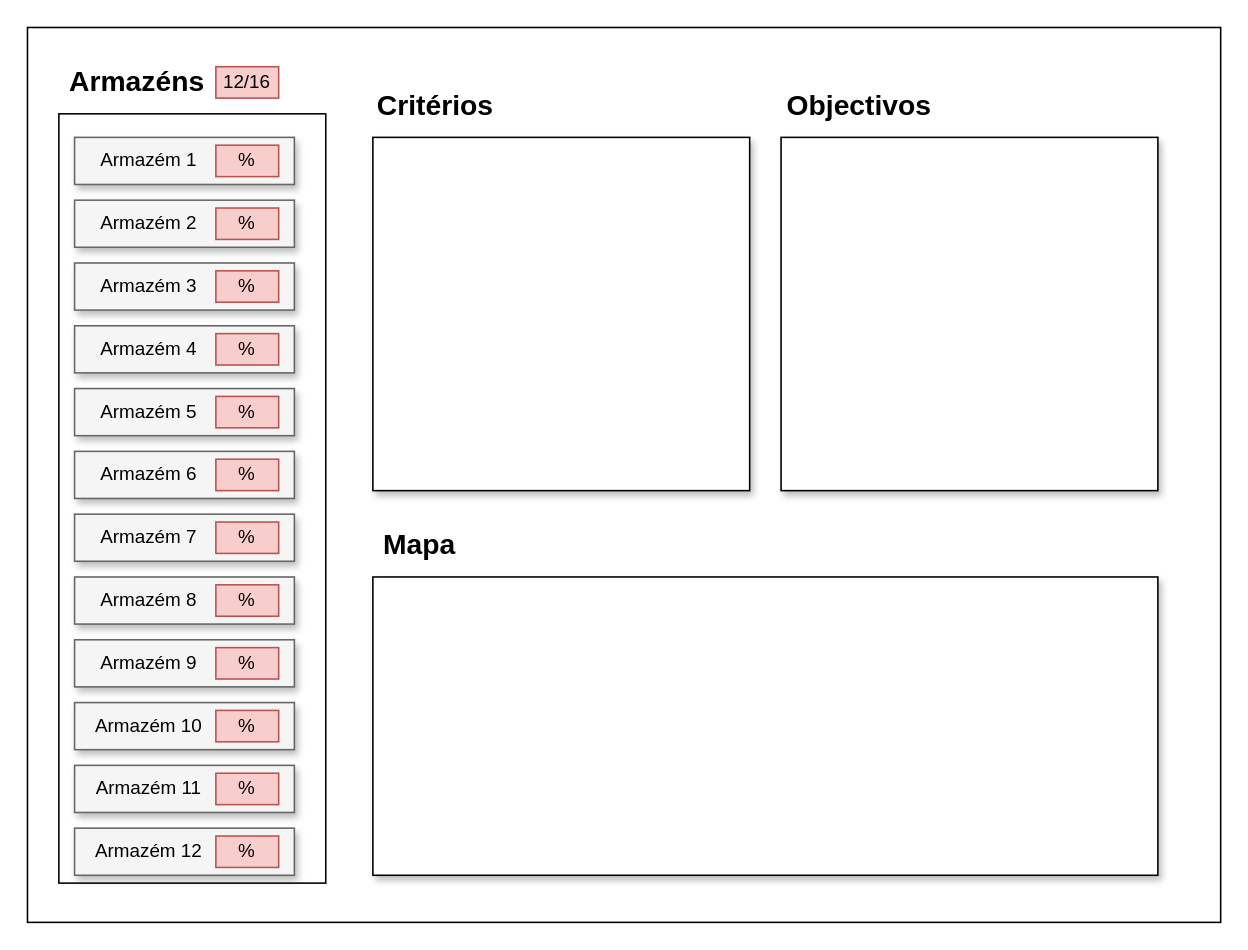
Before: page "Main screen" (1 of 3) of Untitled Diagram.drawio in ertykiko/SADE, a draw.io diagram. Source tidied: cells renumbered, new cells numbered last; positions are measured from the earlier drawing's top-left corner, leaving out a move shared by most shapes. Both pictures are drawn from the tidied source at 157%, with x=0, y=0 at pixel (27, 27).
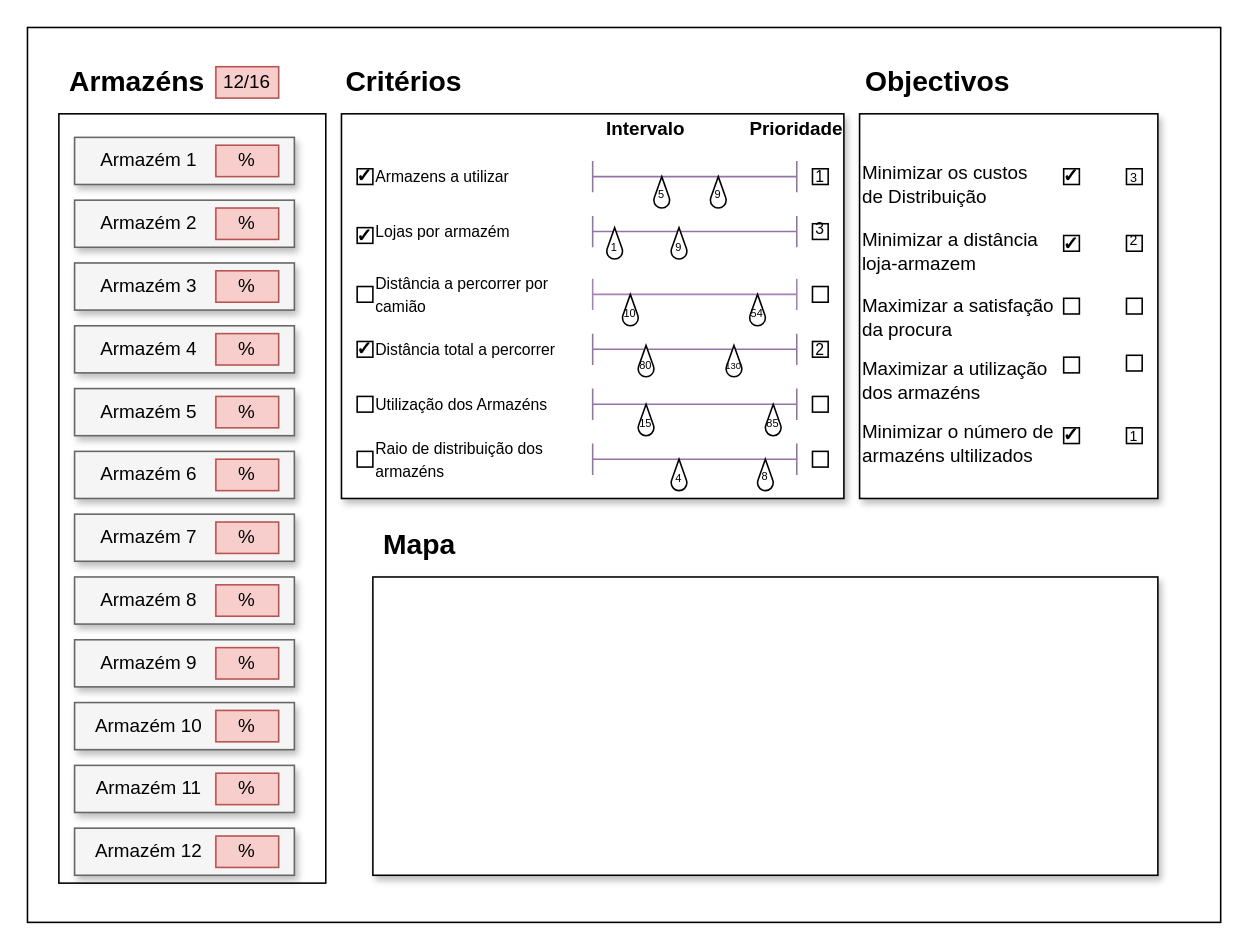
After the change.

Change to the diagram source:
```diff
@@
     <mxCell id="42" style="rounded=0;whiteSpace=wrap;html=1;shadow=1;" parent="1" vertex="1">
-      <mxGeometry x="220" y="70" width="240" height="225" as="geometry" />
+      <mxGeometry x="200" y="55" width="320" height="245" as="geometry" />
     </mxCell>
     <mxCell id="43" style="rounded=0;whiteSpace=wrap;html=1;shadow=1;" parent="1" vertex="1">
-      <mxGeometry x="480" y="70" width="240" height="225" as="geometry" />
+      <mxGeometry x="530" y="55" width="190" height="245" as="geometry" />
     </mxCell>
     <mxCell id="44" value="&lt;font style=&quot;font-size: 18px&quot;&gt;&lt;b&gt;Critérios&lt;/b&gt;&lt;/font&gt;" style="text;html=1;strokeColor=none;fillColor=none;align=center;verticalAlign=middle;whiteSpace=wrap;rounded=0;shadow=1;" parent="1" vertex="1">
-      <mxGeometry x="240" y="40" width="40" height="20" as="geometry" />
+      <mxGeometry x="220" y="25" width="40" height="20" as="geometry" />
     </mxCell>
     <mxCell id="45" value="&lt;b&gt;&lt;font style=&quot;font-size: 18px&quot;&gt;Objectivos&lt;/font&gt;&lt;/b&gt;" style="text;html=1;strokeColor=none;fillColor=none;align=center;verticalAlign=middle;whiteSpace=wrap;rounded=0;shadow=1;" parent="1" vertex="1">
-      <mxGeometry x="510" y="40" width="40" height="20" as="geometry" />
+      <mxGeometry x="560" y="25" width="40" height="20" as="geometry" />
     </mxCell>
@@
+    <mxCell id="48" value="&lt;b&gt;✓&lt;/b&gt;" style="rounded=0;whiteSpace=wrap;html=1;" parent="1" vertex="1">
+      <mxGeometry x="210" y="90" width="10" height="10" as="geometry" />
+    </mxCell>
+    <mxCell id="49" value="&lt;b&gt;✓&lt;/b&gt;" style="rounded=0;whiteSpace=wrap;html=1;" parent="1" vertex="1">
+      <mxGeometry x="210" y="127.5" width="10" height="10" as="geometry" />
+    </mxCell>
+    <mxCell id="50" style="rounded=0;whiteSpace=wrap;html=1;" parent="1" vertex="1">
+      <mxGeometry x="210" y="165" width="10" height="10" as="geometry" />
+    </mxCell>
+    <mxCell id="51" value="&lt;b&gt;✓&lt;/b&gt;" style="rounded=0;whiteSpace=wrap;html=1;" parent="1" vertex="1">
+      <mxGeometry x="210" y="200" width="10" height="10" as="geometry" />
+    </mxCell>
+    <mxCell id="52" style="rounded=0;whiteSpace=wrap;html=1;" parent="1" vertex="1">
+      <mxGeometry x="210" y="235" width="10" height="10" as="geometry" />
+    </mxCell>
+    <mxCell id="53" style="rounded=0;whiteSpace=wrap;html=1;" parent="1" vertex="1">
+      <mxGeometry x="210" y="270" width="10" height="10" as="geometry" />
+    </mxCell>
+    <mxCell id="54" value="&lt;div align=&quot;left&quot;&gt;&lt;font style=&quot;font-size: 10px&quot;&gt;Armazens a utilizar&lt;/font&gt;&lt;/div&gt;" style="text;html=1;strokeColor=none;fillColor=none;align=left;verticalAlign=middle;whiteSpace=wrap;rounded=0;" parent="1" vertex="1">
+      <mxGeometry x="220" y="85" width="120" height="20" as="geometry" />
+    </mxCell>
+    <mxCell id="55" style="shape=crossbar;whiteSpace=wrap;html=1;rounded=1;fillColor=#e1d5e7;strokeColor=#9673a6;" parent="1" vertex="1">
+      <mxGeometry x="360" y="85" width="130" height="20" as="geometry" />
+    </mxCell>
+    <mxCell id="56" style="verticalLabelPosition=bottom;verticalAlign=top;html=1;shape=mxgraph.basic.drop;" parent="1" vertex="1">
+      <mxGeometry x="399" y="95" width="10" height="20" as="geometry" />
+    </mxCell>
+    <mxCell id="57" style="verticalLabelPosition=bottom;verticalAlign=top;html=1;shape=mxgraph.basic.drop;" parent="1" vertex="1">
+      <mxGeometry x="435" y="95" width="10" height="20" as="geometry" />
+    </mxCell>
+    <mxCell id="58" value="&lt;div align=&quot;left&quot;&gt;&lt;font style=&quot;font-size: 10px&quot;&gt;Lojas por armazém&lt;/font&gt;&lt;/div&gt;" style="text;html=1;strokeColor=none;fillColor=none;align=left;verticalAlign=middle;whiteSpace=wrap;rounded=0;" parent="1" vertex="1">
+      <mxGeometry x="220" y="120" width="120" height="20" as="geometry" />
+    </mxCell>
+    <mxCell id="59" style="shape=crossbar;whiteSpace=wrap;html=1;rounded=1;fillColor=#e1d5e7;strokeColor=#9673a6;" parent="1" vertex="1">
+      <mxGeometry x="360" y="120" width="130" height="20" as="geometry" />
+    </mxCell>
+    <mxCell id="60" style="verticalLabelPosition=bottom;verticalAlign=top;html=1;shape=mxgraph.basic.drop;" parent="1" vertex="1">
+      <mxGeometry x="369" y="127.5" width="10" height="20" as="geometry" />
+    </mxCell>
+    <mxCell id="61" style="verticalLabelPosition=bottom;verticalAlign=top;html=1;shape=mxgraph.basic.drop;" parent="1" vertex="1">
+      <mxGeometry x="410" y="127.5" width="10" height="20" as="geometry" />
+    </mxCell>
+    <mxCell id="62" value="&lt;font style=&quot;font-size: 7px&quot;&gt;5&lt;/font&gt;" style="text;html=1;strokeColor=none;fillColor=none;align=center;verticalAlign=middle;whiteSpace=wrap;rounded=0;" parent="1" vertex="1">
+      <mxGeometry x="399" y="100" width="10" height="10" as="geometry" />
+    </mxCell>
+    <mxCell id="63" value="&lt;font style=&quot;font-size: 7px&quot;&gt;9&lt;/font&gt;" style="text;html=1;strokeColor=none;fillColor=none;align=center;verticalAlign=middle;whiteSpace=wrap;rounded=0;" parent="1" vertex="1">
+      <mxGeometry x="435" y="100" width="10" height="10" as="geometry" />
+    </mxCell>
+    <mxCell id="64" value="&lt;font style=&quot;font-size: 7px&quot;&gt;1&lt;/font&gt;" style="text;html=1;strokeColor=none;fillColor=none;align=center;verticalAlign=middle;whiteSpace=wrap;rounded=0;" parent="1" vertex="1">
+      <mxGeometry x="369" y="133.8" width="10" height="10" as="geometry" />
+    </mxCell>
+    <mxCell id="65" value="&lt;font style=&quot;font-size: 7px&quot;&gt;9&lt;/font&gt;" style="text;html=1;strokeColor=none;fillColor=none;align=center;verticalAlign=middle;whiteSpace=wrap;rounded=0;" parent="1" vertex="1">
+      <mxGeometry x="410" y="132.5" width="10" height="12.5" as="geometry" />
+    </mxCell>
+    <mxCell id="66" style="shape=crossbar;whiteSpace=wrap;html=1;rounded=1;strokeColor=#A680B8;" parent="1" vertex="1">
+      <mxGeometry x="360" y="160" width="130" height="20" as="geometry" />
+    </mxCell>
+    <mxCell id="67" style="verticalLabelPosition=bottom;verticalAlign=top;html=1;shape=mxgraph.basic.drop;" parent="1" vertex="1">
+      <mxGeometry x="379" y="170" width="10" height="20" as="geometry" />
+    </mxCell>
+    <mxCell id="68" style="verticalLabelPosition=bottom;verticalAlign=top;html=1;shape=mxgraph.basic.drop;" parent="1" vertex="1">
+      <mxGeometry x="460" y="170" width="10" height="20" as="geometry" />
+    </mxCell>
+    <mxCell id="69" value="&lt;font style=&quot;font-size: 7px&quot;&gt;10&lt;/font&gt;" style="text;html=1;strokeColor=none;fillColor=none;align=center;verticalAlign=middle;whiteSpace=wrap;rounded=0;" parent="1" vertex="1">
+      <mxGeometry x="379" y="175" width="10" height="12.5" as="geometry" />
+    </mxCell>
+    <mxCell id="70" value="&lt;div align=&quot;left&quot;&gt;&lt;font style=&quot;font-size: 10px&quot;&gt;Distância a percorrer por camião&lt;/font&gt;&lt;br&gt;&lt;/div&gt;" style="text;html=1;strokeColor=none;fillColor=none;align=left;verticalAlign=middle;whiteSpace=wrap;rounded=0;" parent="1" vertex="1">
+      <mxGeometry x="220" y="160" width="120" height="20" as="geometry" />
+    </mxCell>
+    <mxCell id="71" value="&lt;div style=&quot;font-size: 10px&quot; align=&quot;left&quot;&gt;&lt;font style=&quot;font-size: 10px&quot;&gt;Distância total a percorrer&lt;/font&gt;&lt;br&gt;&lt;/div&gt;" style="text;html=1;strokeColor=none;fillColor=none;align=left;verticalAlign=middle;whiteSpace=wrap;rounded=0;" parent="1" vertex="1">
+      <mxGeometry x="220" y="195" width="140" height="20" as="geometry" />
+    </mxCell>
+    <mxCell id="72" value="&lt;font style=&quot;font-size: 10px&quot;&gt;Utilização dos Armazéns&lt;br&gt;&lt;/font&gt;" style="text;html=1;strokeColor=none;fillColor=none;align=left;verticalAlign=middle;whiteSpace=wrap;rounded=0;" parent="1" vertex="1">
+      <mxGeometry x="220" y="230" width="140" height="20" as="geometry" />
+    </mxCell>
+    <mxCell id="73" style="shape=crossbar;whiteSpace=wrap;html=1;rounded=1;fillColor=#e1d5e7;strokeColor=#9673a6;" parent="1" vertex="1">
+      <mxGeometry x="360" y="195" width="130" height="20" as="geometry" />
+    </mxCell>
+    <mxCell id="74" style="shape=crossbar;whiteSpace=wrap;html=1;rounded=1;fillColor=#e1d5e7;strokeColor=#9673a6;" parent="1" vertex="1">
+      <mxGeometry x="360" y="230" width="130" height="20" as="geometry" />
+    </mxCell>
+    <mxCell id="75" style="shape=crossbar;whiteSpace=wrap;html=1;rounded=1;fillColor=#e1d5e7;strokeColor=#9673a6;" parent="1" vertex="1">
+      <mxGeometry x="360" y="265" width="130" height="20" as="geometry" />
+    </mxCell>
+    <mxCell id="76" style="verticalLabelPosition=bottom;verticalAlign=top;html=1;shape=mxgraph.basic.drop;" parent="1" vertex="1">
+      <mxGeometry x="445" y="202.5" width="10" height="20" as="geometry" />
+    </mxCell>
+    <mxCell id="77" style="verticalLabelPosition=bottom;verticalAlign=top;html=1;shape=mxgraph.basic.drop;" parent="1" vertex="1">
+      <mxGeometry x="470" y="240" width="10" height="20" as="geometry" />
+    </mxCell>
+    <mxCell id="78" style="verticalLabelPosition=bottom;verticalAlign=top;html=1;shape=mxgraph.basic.drop;" parent="1" vertex="1">
+      <mxGeometry x="465" y="275" width="10" height="20" as="geometry" />
+    </mxCell>
+    <mxCell id="79" style="verticalLabelPosition=bottom;verticalAlign=top;html=1;shape=mxgraph.basic.drop;" parent="1" vertex="1">
+      <mxGeometry x="389" y="240" width="10" height="20" as="geometry" />
+    </mxCell>
+    <mxCell id="80" style="verticalLabelPosition=bottom;verticalAlign=top;html=1;shape=mxgraph.basic.drop;" parent="1" vertex="1">
+      <mxGeometry x="410" y="275" width="10" height="20" as="geometry" />
+    </mxCell>
+    <mxCell id="81" style="verticalLabelPosition=bottom;verticalAlign=top;html=1;shape=mxgraph.basic.drop;" parent="1" vertex="1">
+      <mxGeometry x="389" y="202.5" width="10" height="20" as="geometry" />
+    </mxCell>
+    <mxCell id="82" value="&lt;font style=&quot;font-size: 10px&quot;&gt;Raio de distribuição dos armazéns &lt;br&gt;&lt;/font&gt;" style="text;html=1;strokeColor=none;fillColor=none;align=left;verticalAlign=middle;whiteSpace=wrap;rounded=0;" parent="1" vertex="1">
+      <mxGeometry x="220" y="265" width="140" height="20" as="geometry" />
+    </mxCell>
+    <mxCell id="83" value="&lt;font style=&quot;font-size: 7px&quot;&gt;54&lt;/font&gt;" style="text;html=1;strokeColor=none;fillColor=none;align=center;verticalAlign=middle;whiteSpace=wrap;rounded=0;" parent="1" vertex="1">
+      <mxGeometry x="460" y="175" width="10" height="12.5" as="geometry" />
+    </mxCell>
+    <mxCell id="84" value="&lt;font style=&quot;font-size: 7px&quot;&gt;80&lt;/font&gt;" style="text;html=1;strokeColor=none;fillColor=none;align=center;verticalAlign=middle;whiteSpace=wrap;rounded=0;" parent="1" vertex="1">
+      <mxGeometry x="389" y="205" width="10" height="17.5" as="geometry" />
+    </mxCell>
+    <mxCell id="85" value="&lt;font style=&quot;font-size: 6px&quot;&gt;130&lt;/font&gt;" style="text;html=1;strokeColor=none;fillColor=none;align=center;verticalAlign=middle;whiteSpace=wrap;rounded=0;" parent="1" vertex="1">
+      <mxGeometry x="445" y="205" width="10" height="17.5" as="geometry" />
+    </mxCell>
+    <mxCell id="86" value="&lt;font style=&quot;font-size: 7px&quot;&gt;15&lt;/font&gt;" style="text;html=1;strokeColor=none;fillColor=none;align=center;verticalAlign=middle;whiteSpace=wrap;rounded=0;" parent="1" vertex="1">
+      <mxGeometry x="389" y="242.5" width="10" height="17.5" as="geometry" />
+    </mxCell>
+    <mxCell id="87" value="&lt;font style=&quot;font-size: 7px&quot;&gt;85&lt;/font&gt;" style="text;html=1;strokeColor=none;fillColor=none;align=center;verticalAlign=middle;whiteSpace=wrap;rounded=0;" parent="1" vertex="1">
+      <mxGeometry x="470" y="242.5" width="10" height="17.5" as="geometry" />
+    </mxCell>
+    <mxCell id="88" value="&lt;font style=&quot;font-size: 7px&quot;&gt;4&lt;/font&gt;" style="text;html=1;strokeColor=none;fillColor=none;align=center;verticalAlign=middle;whiteSpace=wrap;rounded=0;" parent="1" vertex="1">
+      <mxGeometry x="410" y="277.5" width="10" height="17.5" as="geometry" />
+    </mxCell>
+    <mxCell id="89" value="&lt;font style=&quot;font-size: 7px&quot;&gt;8&lt;/font&gt;" style="text;html=1;strokeColor=none;fillColor=none;align=center;verticalAlign=middle;whiteSpace=wrap;rounded=0;" parent="1" vertex="1">
+      <mxGeometry x="465" y="276.2" width="10" height="17.5" as="geometry" />
+    </mxCell>
+    <mxCell id="90" style="rounded=0;whiteSpace=wrap;html=1;" parent="1" vertex="1">
+      <mxGeometry x="500" y="90" width="10" height="10" as="geometry" />
+    </mxCell>
+    <mxCell id="91" style="rounded=0;whiteSpace=wrap;html=1;" parent="1" vertex="1">
+      <mxGeometry x="500" y="270" width="10" height="10" as="geometry" />
+    </mxCell>
+    <mxCell id="92" style="rounded=0;whiteSpace=wrap;html=1;" parent="1" vertex="1">
+      <mxGeometry x="500" y="235" width="10" height="10" as="geometry" />
+    </mxCell>
+    <mxCell id="93" style="rounded=0;whiteSpace=wrap;html=1;" parent="1" vertex="1">
+      <mxGeometry x="500" y="200" width="10" height="10" as="geometry" />
+    </mxCell>
+    <mxCell id="94" style="rounded=0;whiteSpace=wrap;html=1;align=right;" parent="1" vertex="1">
+      <mxGeometry x="500" y="125" width="10" height="10" as="geometry" />
+    </mxCell>
+    <mxCell id="95" style="rounded=0;whiteSpace=wrap;html=1;" parent="1" vertex="1">
+      <mxGeometry x="500" y="165" width="10" height="10" as="geometry" />
+    </mxCell>
+    <mxCell id="96" value="&lt;font style=&quot;font-size: 10px&quot;&gt;1&lt;/font&gt;" style="text;html=1;strokeColor=none;fillColor=none;align=center;verticalAlign=middle;whiteSpace=wrap;rounded=0;" parent="1" vertex="1">
+      <mxGeometry x="500" y="90" width="10" height="10" as="geometry" />
+    </mxCell>
+    <mxCell id="97" value="&lt;font style=&quot;font-size: 10px&quot;&gt;3&lt;/font&gt;" style="text;html=1;strokeColor=none;fillColor=none;align=center;verticalAlign=middle;whiteSpace=wrap;rounded=0;" parent="1" vertex="1">
+      <mxGeometry x="500" y="122.5" width="10" height="10" as="geometry" />
+    </mxCell>
+    <mxCell id="98" value="&lt;font style=&quot;font-size: 10px&quot;&gt;2&lt;/font&gt;" style="text;html=1;strokeColor=none;fillColor=none;align=center;verticalAlign=middle;whiteSpace=wrap;rounded=0;" parent="1" vertex="1">
+      <mxGeometry x="500" y="200" width="10" height="10" as="geometry" />
+    </mxCell>
+    <mxCell id="99" value="&lt;b&gt;Intervalo&lt;/b&gt;" style="text;html=1;strokeColor=none;fillColor=none;align=center;verticalAlign=middle;whiteSpace=wrap;rounded=0;shadow=1;" parent="1" vertex="1">
+      <mxGeometry x="374" y="55" width="40" height="20" as="geometry" />
+    </mxCell>
+    <mxCell id="100" value="&lt;b&gt;Prioridade&lt;/b&gt;" style="text;html=1;strokeColor=none;fillColor=none;align=center;verticalAlign=middle;whiteSpace=wrap;rounded=0;shadow=1;" parent="1" vertex="1">
+      <mxGeometry x="470" y="55" width="40" height="20" as="geometry" />
+    </mxCell>
+    <mxCell id="101" value="Minimizar os custos de Distribuição" style="text;html=1;strokeColor=none;fillColor=none;align=left;verticalAlign=middle;whiteSpace=wrap;rounded=0;" parent="1" vertex="1">
+      <mxGeometry x="530" y="90" width="120" height="20" as="geometry" />
+    </mxCell>
+    <mxCell id="102" value="Minimizar a distância loja-armazem" style="text;html=1;strokeColor=none;fillColor=none;align=left;verticalAlign=middle;whiteSpace=wrap;rounded=0;" parent="1" vertex="1">
+      <mxGeometry x="530" y="132.5" width="120" height="20" as="geometry" />
+    </mxCell>
+    <mxCell id="103" value="Maximizar a satisfação da procura" style="text;html=1;strokeColor=none;fillColor=none;align=left;verticalAlign=middle;whiteSpace=wrap;rounded=0;" parent="1" vertex="1">
+      <mxGeometry x="530" y="175" width="130" height="20" as="geometry" />
+    </mxCell>
+    <mxCell id="104" value="Maximizar a utilização dos armazéns" style="text;html=1;strokeColor=none;fillColor=none;align=left;verticalAlign=middle;whiteSpace=wrap;rounded=0;" parent="1" vertex="1">
+      <mxGeometry x="530" y="215" width="130" height="20" as="geometry" />
+    </mxCell>
+    <mxCell id="105" value="Minimizar o número de armazéns ultilizados" style="text;html=1;strokeColor=none;fillColor=none;align=left;verticalAlign=middle;whiteSpace=wrap;rounded=0;" parent="1" vertex="1">
+      <mxGeometry x="530" y="255" width="130" height="20" as="geometry" />
+    </mxCell>
+    <mxCell id="106" value="&lt;b&gt;✓&lt;/b&gt;" style="rounded=0;whiteSpace=wrap;html=1;" parent="1" vertex="1">
+      <mxGeometry x="660" y="90" width="10" height="10" as="geometry" />
+    </mxCell>
+    <mxCell id="107" value="&lt;b&gt;✓&lt;/b&gt;" style="rounded=0;whiteSpace=wrap;html=1;" parent="1" vertex="1">
+      <mxGeometry x="660" y="132.5" width="10" height="10" as="geometry" />
+    </mxCell>
+    <mxCell id="108" style="rounded=0;whiteSpace=wrap;html=1;" parent="1" vertex="1">
+      <mxGeometry x="660" y="172.5" width="10" height="10" as="geometry" />
+    </mxCell>
+    <mxCell id="109" style="rounded=0;whiteSpace=wrap;html=1;" parent="1" vertex="1">
+      <mxGeometry x="660" y="210" width="10" height="10" as="geometry" />
+    </mxCell>
+    <mxCell id="110" value="&lt;b&gt;✓&lt;/b&gt;" style="rounded=0;whiteSpace=wrap;html=1;" parent="1" vertex="1">
+      <mxGeometry x="660" y="255" width="10" height="10" as="geometry" />
+    </mxCell>
+    <mxCell id="111" style="rounded=0;whiteSpace=wrap;html=1;" parent="1" vertex="1">
+      <mxGeometry x="700" y="172.5" width="10" height="10" as="geometry" />
+    </mxCell>
+    <mxCell id="112" style="rounded=0;whiteSpace=wrap;html=1;" parent="1" vertex="1">
+      <mxGeometry x="700" y="255" width="10" height="10" as="geometry" />
+    </mxCell>
+    <mxCell id="113" style="rounded=0;whiteSpace=wrap;html=1;" parent="1" vertex="1">
+      <mxGeometry x="700" y="208.8" width="10" height="10" as="geometry" />
+    </mxCell>
+    <mxCell id="114" style="rounded=0;whiteSpace=wrap;html=1;" parent="1" vertex="1">
+      <mxGeometry x="700" y="132.5" width="10" height="10" as="geometry" />
+    </mxCell>
+    <mxCell id="115" style="rounded=0;whiteSpace=wrap;html=1;" parent="1" vertex="1">
+      <mxGeometry x="700" y="90" width="10" height="10" as="geometry" />
+    </mxCell>
+    <mxCell id="116" value="&lt;font style=&quot;font-size: 8px&quot;&gt;3&lt;/font&gt;" style="text;html=1;strokeColor=none;fillColor=none;align=center;verticalAlign=middle;whiteSpace=wrap;rounded=0;" parent="1" vertex="1">
+      <mxGeometry x="700" y="90" width="10" height="10" as="geometry" />
+    </mxCell>
+    <mxCell id="117" value="&lt;font style=&quot;font-size: 9px&quot;&gt;2&lt;/font&gt;" style="text;html=1;strokeColor=none;fillColor=none;align=center;verticalAlign=middle;whiteSpace=wrap;rounded=0;" parent="1" vertex="1">
+      <mxGeometry x="700" y="130" width="10" height="10" as="geometry" />
+    </mxCell>
+    <mxCell id="118" value="&lt;font style=&quot;font-size: 9px&quot;&gt;1&lt;/font&gt;" style="text;html=1;strokeColor=none;fillColor=none;align=center;verticalAlign=middle;whiteSpace=wrap;rounded=0;" parent="1" vertex="1">
+      <mxGeometry x="700" y="255" width="10" height="10" as="geometry" />
+    </mxCell>
```
